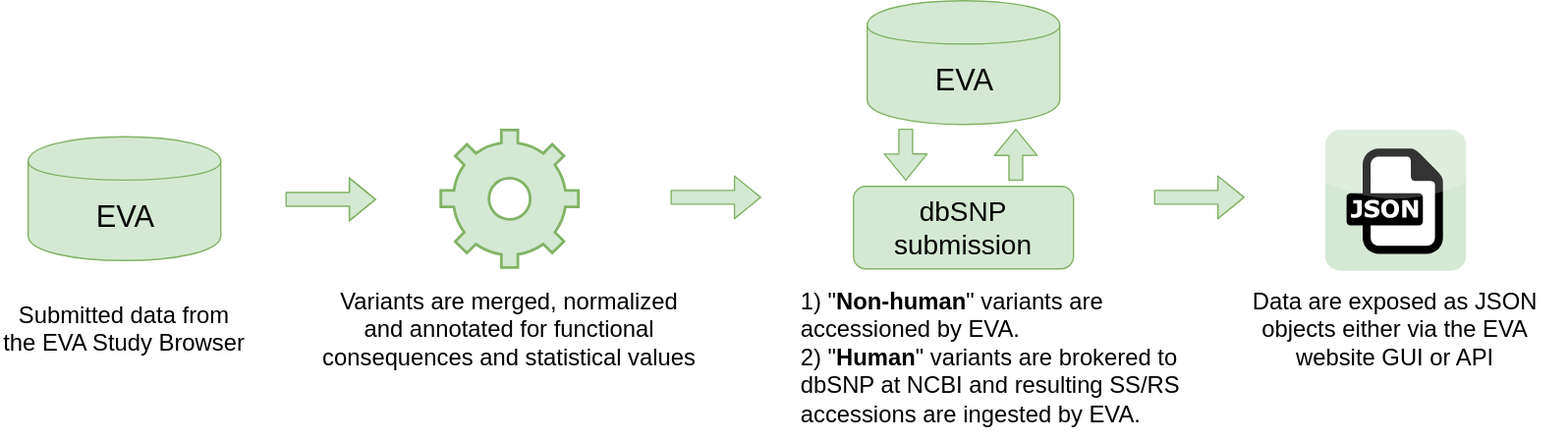
This is src/img/optimized/EVA_Variant_Level_Normalisation.svg from EBIvariation/eva-web, a draw.io export, as it was before one commit. Source tidied: cells renumbered, new cells last; positions are measured from the earlier drawing's top-left corner, leaving out a move shared by most shapes. Its diagram source:
```xml
<mxGraphModel>
  <root>
    <mxCell id="0" />
    <mxCell id="1" parent="0" />
    <mxCell id="2" value="EVA" style="shape=cylinder;whiteSpace=wrap;html=1;boundedLbl=1;backgroundOutline=1;fillColor=#d5e8d4;strokeColor=#82b366;fontSize=22;fontColor=#000000;fontStyle=0;fontFamily=Helvetica;" parent="1" vertex="1">
      <mxGeometry x="20" y="99" width="140" height="90" as="geometry" />
    </mxCell>
    <mxCell id="3" style="endArrow=classic;html=1;fontFamily=Helvetica;fontSize=22;fontColor=#000000;shape=flexArrow;fillColor=#d5e8d4;strokeColor=#82b366;" parent="1" edge="1">
      <mxGeometry relative="1" as="geometry">
        <mxPoint x="207" y="144.5" as="sourcePoint" />
        <mxPoint x="273" y="144.5" as="targetPoint" />
        <Array as="points">
          <mxPoint x="273" y="144.5" />
        </Array>
      </mxGeometry>
    </mxCell>
    <mxCell id="4" style="html=1;verticalLabelPosition=bottom;align=center;labelBackgroundColor=#ffffff;verticalAlign=top;strokeWidth=2;strokeColor=#82b366;shadow=0;dashed=0;shape=mxgraph.ios7.icons.settings;fontFamily=Helvetica;fontSize=22;fillColor=#d5e8d4;" parent="1" vertex="1">
      <mxGeometry x="320" y="94" width="100" height="100" as="geometry" />
    </mxCell>
    <mxCell id="5" style="dashed=0;html=1;align=center;labelPosition=center;verticalLabelPosition=bottom;verticalAlign=top;shape=mxgraph.webicons.json;fontFamily=Helvetica;fontSize=22;fillColor=#d5e8d4;strokeColor=#82b366;" parent="1" vertex="1">
      <mxGeometry x="963" y="94" width="102.4" height="102.4" as="geometry" />
    </mxCell>
    <mxCell id="6" value="Submitted data from the EVA Study Browser" style="rounded=0;whiteSpace=wrap;html=1;fillColor=#ffffff;gradientColor=none;fontFamily=Helvetica;fontSize=17;fontColor=#000000;strokeColor=none;fontStyle=0;" parent="1" vertex="1">
      <mxGeometry y="199" width="180" height="80" as="geometry" />
    </mxCell>
    <mxCell id="7" value="Variants are merged, normalized and annotated for functional consequences and statistical values" style="rounded=0;whiteSpace=wrap;html=1;fillColor=#ffffff;gradientColor=none;fontFamily=Helvetica;fontSize=17;fontColor=#000000;strokeColor=none;fontStyle=0;" parent="1" vertex="1">
      <mxGeometry x="230" y="199" width="280" height="80" as="geometry" />
    </mxCell>
    <mxCell id="8" value="EVA" style="shape=cylinder;whiteSpace=wrap;html=1;boundedLbl=1;backgroundOutline=1;fillColor=#d5e8d4;strokeColor=#82b366;fontSize=22;fontColor=#000000;fontStyle=0;fontFamily=Helvetica;" parent="1" vertex="1">
      <mxGeometry x="630" width="140" height="90" as="geometry" />
    </mxCell>
    <mxCell id="9" value="dbSNP submission" style="rounded=1;whiteSpace=wrap;html=1;fillColor=#d5e8d4;fontFamily=Helvetica;fontSize=20;strokeColor=#82b366;fontStyle=0;" parent="1" vertex="1">
      <mxGeometry x="620" y="135" width="160" height="60" as="geometry" />
    </mxCell>
    <mxCell id="10" style="endArrow=classic;html=1;fontFamily=Helvetica;fontSize=22;fontColor=#000000;shape=flexArrow;fillColor=#d5e8d4;strokeColor=#82b366;entryX=0.194;entryY=-0.033;entryDx=0;entryDy=0;entryPerimeter=0;" parent="1" edge="1">
      <mxGeometry relative="1" as="geometry">
        <mxPoint x="658" y="93" as="sourcePoint" />
        <mxPoint x="658" y="131" as="targetPoint" />
      </mxGeometry>
    </mxCell>
    <mxCell id="11" style="endArrow=classic;html=1;fontFamily=Helvetica;fontSize=22;fontColor=#000000;shape=flexArrow;fillColor=#d5e8d4;strokeColor=#82b366;exitX=0.688;exitY=-0.033;exitDx=0;exitDy=0;exitPerimeter=0;" parent="1" edge="1">
      <mxGeometry relative="1" as="geometry">
        <mxPoint x="738.1" y="131" as="sourcePoint" />
        <mxPoint x="738" y="93" as="targetPoint" />
      </mxGeometry>
    </mxCell>
    <mxCell id="12" value="1) &quot;&lt;b&gt;Non-human&lt;/b&gt;&quot; variants are accessioned by EVA. &lt;br&gt;2) &quot;&lt;b&gt;Human&lt;/b&gt;&quot; variants are brokered to dbSNP at NCBI and resulting SS/RS accessions are ingested by EVA." style="rounded=0;whiteSpace=wrap;fillColor=#ffffff;gradientColor=none;fontFamily=Helvetica;fontSize=17;fontColor=#000000;strokeColor=none;fontStyle=0;align=left;html=1;" parent="1" vertex="1">
      <mxGeometry x="580" y="199" width="290" height="120" as="geometry" />
    </mxCell>
    <mxCell id="13" style="endArrow=classic;html=1;fontFamily=Helvetica;fontSize=22;fontColor=#000000;shape=flexArrow;fillColor=#d5e8d4;strokeColor=#82b366;" parent="1" edge="1">
      <mxGeometry relative="1" as="geometry">
        <mxPoint x="487" y="143" as="sourcePoint" />
        <mxPoint x="553" y="143" as="targetPoint" />
      </mxGeometry>
    </mxCell>
    <mxCell id="14" style="endArrow=classic;html=1;fontFamily=Helvetica;fontSize=22;fontColor=#000000;shape=flexArrow;fillColor=#d5e8d4;strokeColor=#82b366;" parent="1" edge="1">
      <mxGeometry relative="1" as="geometry">
        <mxPoint x="838.5" y="143" as="sourcePoint" />
        <mxPoint x="904.5" y="143" as="targetPoint" />
      </mxGeometry>
    </mxCell>
    <mxCell id="15" value="Data are exposed as JSON objects either via the EVA website GUI or API" style="rounded=0;whiteSpace=wrap;html=1;fillColor=#ffffff;gradientColor=none;fontFamily=Helvetica;fontSize=17;fontColor=#000000;strokeColor=none;fontStyle=0;" parent="1" vertex="1">
      <mxGeometry x="889" y="199" width="250" height="80" as="geometry" />
    </mxCell>
  </root>
</mxGraphModel>
```
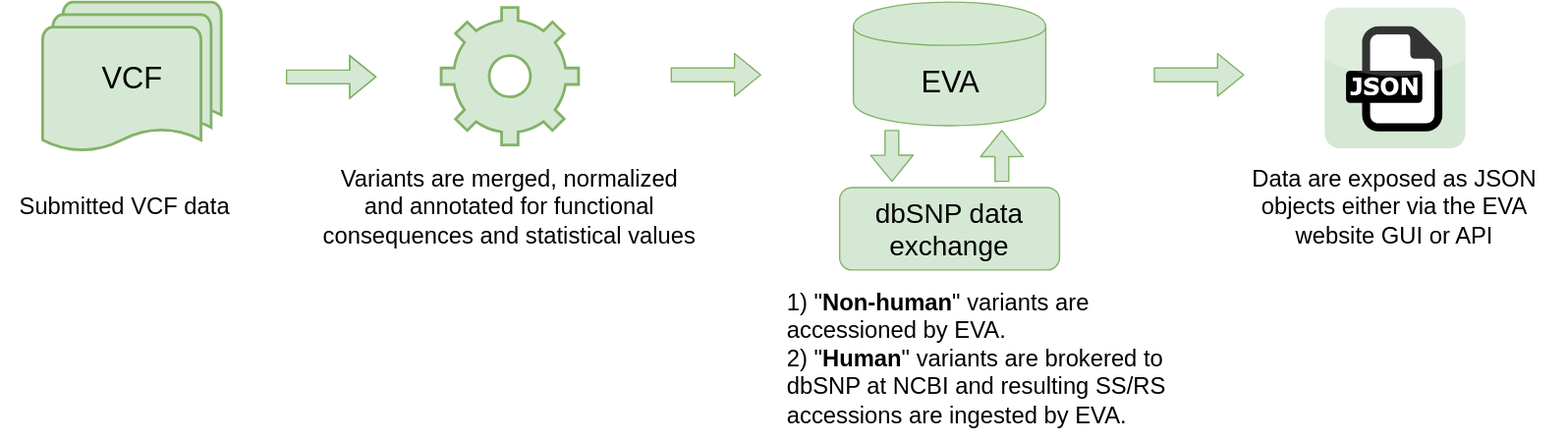
Above is the later version.

The edit, as a diff of the source:
```diff
@@ -2,9 +2,6 @@
   <root>
     <mxCell id="0" />
     <mxCell id="1" parent="0" />
-    <mxCell id="2" value="EVA" style="shape=cylinder;whiteSpace=wrap;html=1;boundedLbl=1;backgroundOutline=1;fillColor=#d5e8d4;strokeColor=#82b366;fontSize=22;fontColor=#000000;fontStyle=0;fontFamily=Helvetica;" parent="1" vertex="1">
-      <mxGeometry x="20" y="99" width="140" height="90" as="geometry" />
-    </mxCell>
     <mxCell id="3" style="endArrow=classic;html=1;fontFamily=Helvetica;fontSize=22;fontColor=#000000;shape=flexArrow;fillColor=#d5e8d4;strokeColor=#82b366;" parent="1" edge="1">
       <mxGeometry relative="1" as="geometry">
         <mxPoint x="207" y="144.5" as="sourcePoint" />
@@ -20,32 +17,32 @@
     <mxCell id="5" style="dashed=0;html=1;align=center;labelPosition=center;verticalLabelPosition=bottom;verticalAlign=top;shape=mxgraph.webicons.json;fontFamily=Helvetica;fontSize=22;fillColor=#d5e8d4;strokeColor=#82b366;" parent="1" vertex="1">
       <mxGeometry x="963" y="94" width="102.4" height="102.4" as="geometry" />
     </mxCell>
-    <mxCell id="6" value="Submitted data from the EVA Study Browser" style="rounded=0;whiteSpace=wrap;html=1;fillColor=#ffffff;gradientColor=none;fontFamily=Helvetica;fontSize=17;fontColor=#000000;strokeColor=none;fontStyle=0;" parent="1" vertex="1">
+    <mxCell id="6" value="Submitted VCF data" style="rounded=0;whiteSpace=wrap;html=1;fillColor=#ffffff;gradientColor=none;fontFamily=Helvetica;fontSize=17;fontColor=#000000;strokeColor=none;fontStyle=0;" parent="1" vertex="1">
       <mxGeometry y="199" width="180" height="80" as="geometry" />
     </mxCell>
     <mxCell id="7" value="Variants are merged, normalized and annotated for functional consequences and statistical values" style="rounded=0;whiteSpace=wrap;html=1;fillColor=#ffffff;gradientColor=none;fontFamily=Helvetica;fontSize=17;fontColor=#000000;strokeColor=none;fontStyle=0;" parent="1" vertex="1">
       <mxGeometry x="230" y="199" width="280" height="80" as="geometry" />
     </mxCell>
     <mxCell id="8" value="EVA" style="shape=cylinder;whiteSpace=wrap;html=1;boundedLbl=1;backgroundOutline=1;fillColor=#d5e8d4;strokeColor=#82b366;fontSize=22;fontColor=#000000;fontStyle=0;fontFamily=Helvetica;" parent="1" vertex="1">
-      <mxGeometry x="630" width="140" height="90" as="geometry" />
+      <mxGeometry x="620" y="90" width="140" height="90" as="geometry" />
     </mxCell>
-    <mxCell id="9" value="dbSNP submission" style="rounded=1;whiteSpace=wrap;html=1;fillColor=#d5e8d4;fontFamily=Helvetica;fontSize=20;strokeColor=#82b366;fontStyle=0;" parent="1" vertex="1">
-      <mxGeometry x="620" y="135" width="160" height="60" as="geometry" />
+    <mxCell id="9" value="dbSNP data exchange" style="rounded=1;whiteSpace=wrap;html=1;fillColor=#d5e8d4;fontFamily=Helvetica;fontSize=20;strokeColor=#82b366;fontStyle=0;" parent="1" vertex="1">
+      <mxGeometry x="610" y="225" width="160" height="60" as="geometry" />
     </mxCell>
     <mxCell id="10" style="endArrow=classic;html=1;fontFamily=Helvetica;fontSize=22;fontColor=#000000;shape=flexArrow;fillColor=#d5e8d4;strokeColor=#82b366;entryX=0.194;entryY=-0.033;entryDx=0;entryDy=0;entryPerimeter=0;" parent="1" edge="1">
       <mxGeometry relative="1" as="geometry">
-        <mxPoint x="658" y="93" as="sourcePoint" />
-        <mxPoint x="658" y="131" as="targetPoint" />
+        <mxPoint x="648" y="183" as="sourcePoint" />
+        <mxPoint x="648" y="221" as="targetPoint" />
       </mxGeometry>
     </mxCell>
     <mxCell id="11" style="endArrow=classic;html=1;fontFamily=Helvetica;fontSize=22;fontColor=#000000;shape=flexArrow;fillColor=#d5e8d4;strokeColor=#82b366;exitX=0.688;exitY=-0.033;exitDx=0;exitDy=0;exitPerimeter=0;" parent="1" edge="1">
       <mxGeometry relative="1" as="geometry">
-        <mxPoint x="738.1" y="131" as="sourcePoint" />
-        <mxPoint x="738" y="93" as="targetPoint" />
+        <mxPoint x="728.1" y="221" as="sourcePoint" />
+        <mxPoint x="728" y="183" as="targetPoint" />
       </mxGeometry>
     </mxCell>
     <mxCell id="12" value="1) &quot;&lt;b&gt;Non-human&lt;/b&gt;&quot; variants are accessioned by EVA. &lt;br&gt;2) &quot;&lt;b&gt;Human&lt;/b&gt;&quot; variants are brokered to dbSNP at NCBI and resulting SS/RS accessions are ingested by EVA." style="rounded=0;whiteSpace=wrap;fillColor=#ffffff;gradientColor=none;fontFamily=Helvetica;fontSize=17;fontColor=#000000;strokeColor=none;fontStyle=0;align=left;html=1;" parent="1" vertex="1">
-      <mxGeometry x="580" y="199" width="290" height="120" as="geometry" />
+      <mxGeometry x="570" y="289" width="290" height="120" as="geometry" />
     </mxCell>
     <mxCell id="13" style="endArrow=classic;html=1;fontFamily=Helvetica;fontSize=22;fontColor=#000000;shape=flexArrow;fillColor=#d5e8d4;strokeColor=#82b366;" parent="1" edge="1">
       <mxGeometry relative="1" as="geometry">
@@ -62,5 +59,8 @@
     <mxCell id="15" value="Data are exposed as JSON objects either via the EVA website GUI or API" style="rounded=0;whiteSpace=wrap;html=1;fillColor=#ffffff;gradientColor=none;fontFamily=Helvetica;fontSize=17;fontColor=#000000;strokeColor=none;fontStyle=0;" parent="1" vertex="1">
       <mxGeometry x="889" y="199" width="250" height="80" as="geometry" />
     </mxCell>
+    <mxCell id="16" value="VCF" style="strokeWidth=2;html=1;shape=mxgraph.flowchart.multi-document;whiteSpace=wrap;fillColor=#d5e8d4;strokeColor=#82b366;fontSize=22;" parent="1" vertex="1">
+      <mxGeometry x="30" y="90" width="130" height="110" as="geometry" />
+    </mxCell>
   </root>
 </mxGraphModel>
```
